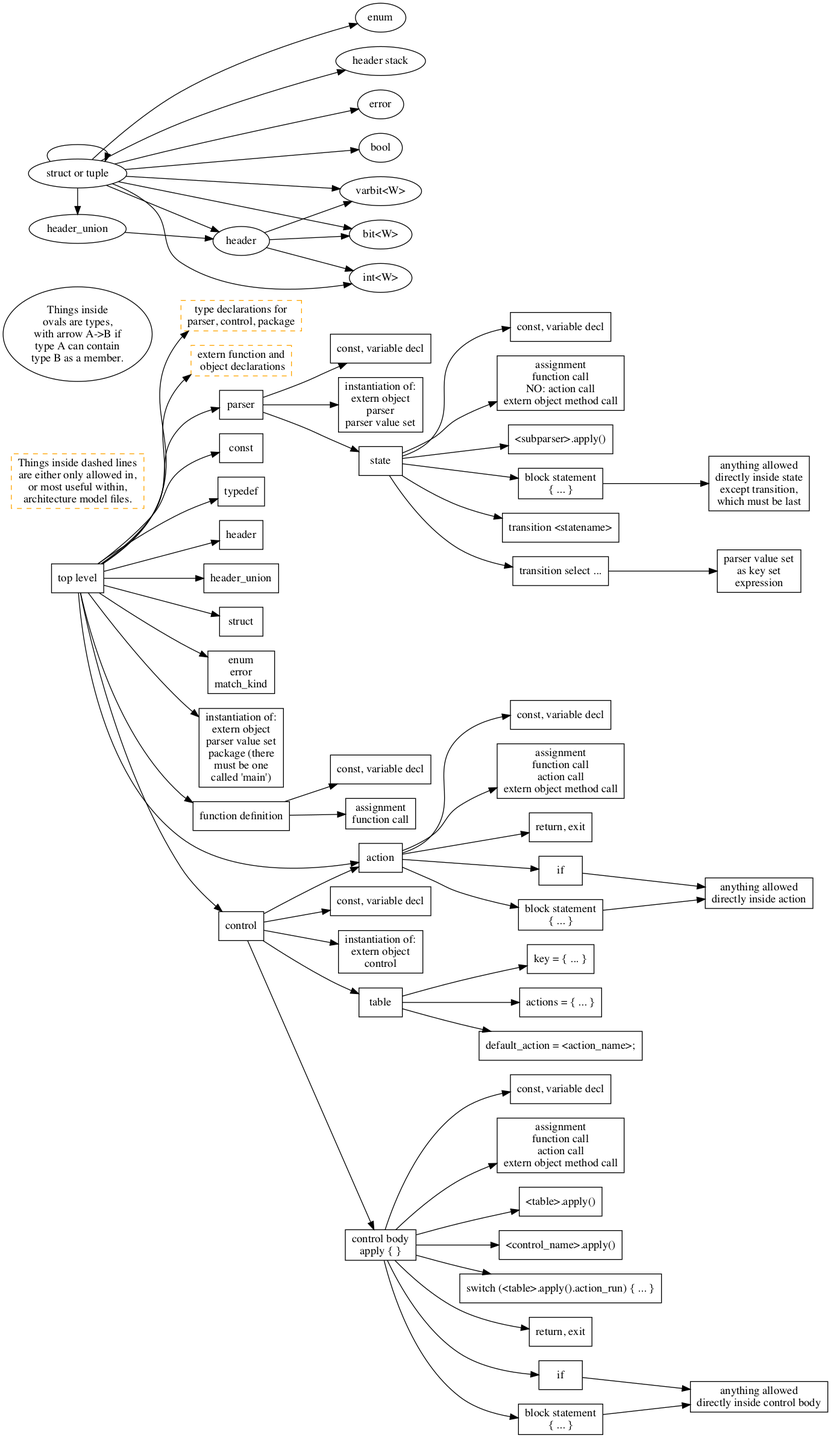
This is p4-16-allowed-constructs.png from jafingerhut/p4-guide, a Graphviz export, as it was before one commit. Its source is kept beside it as p4-16-allowed-constructs.dot.
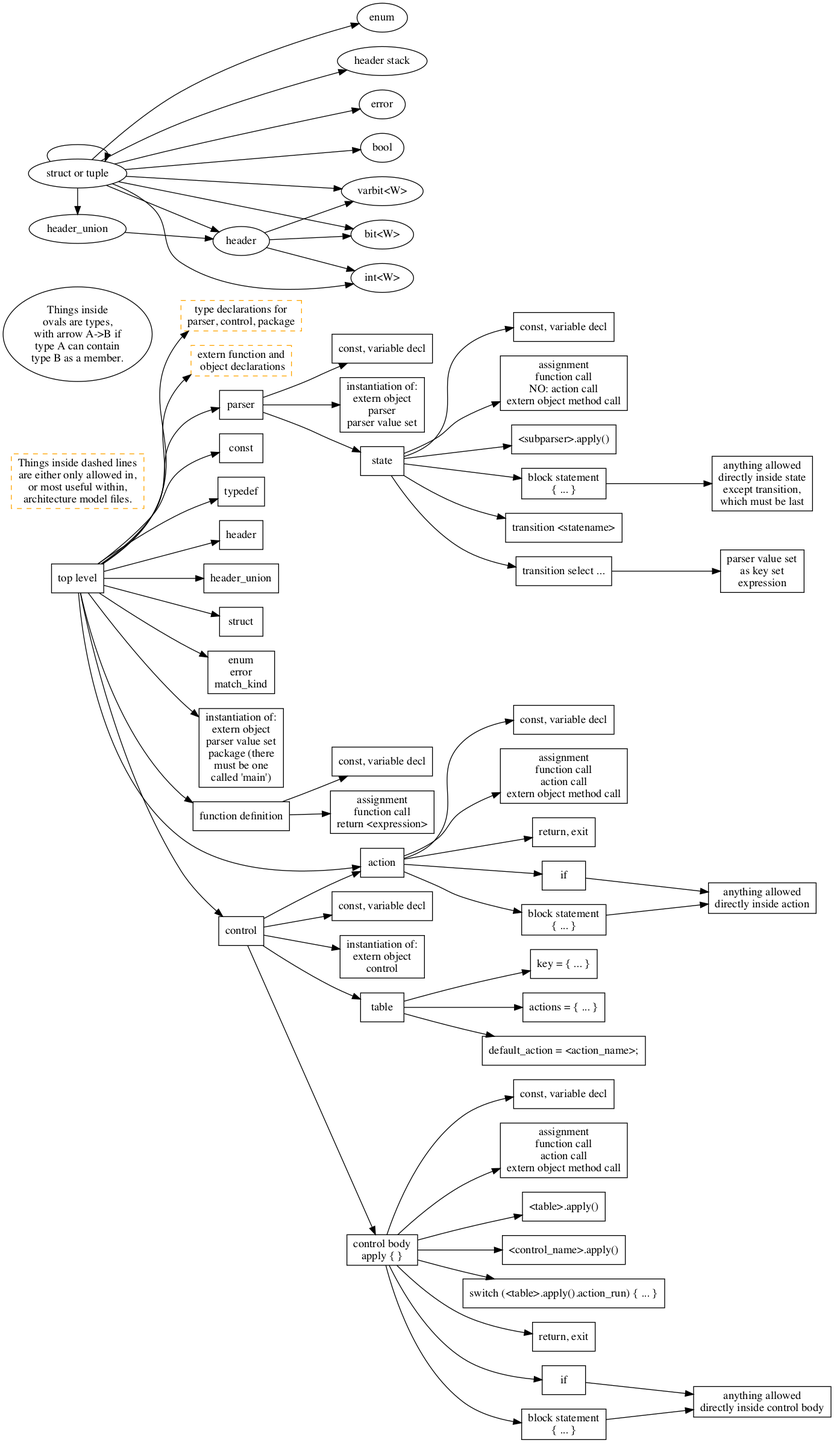
The same diagram one commit later.

Commit message:
Add 'return <expression>' explicitly as supported inside function definitions

The edit, as a diff of the source:
```diff
@@ -77,7 +77,7 @@
     functionDefinition -> constantOrVariableDeclaration7;
     constantOrVariableDeclaration7 [label="const, variable decl"];
     functionDefinition -> assignmentFunctionCallStatement1;
-    assignmentFunctionCallStatement1 [label="assignment\nfunction call"];
+    assignmentFunctionCallStatement1 [label="assignment\nfunction call\nreturn <expression>"];
 
     actionDeclaration -> constantOrVariableDeclaration5;
     constantOrVariableDeclaration5 [label="const, variable decl"];
```
